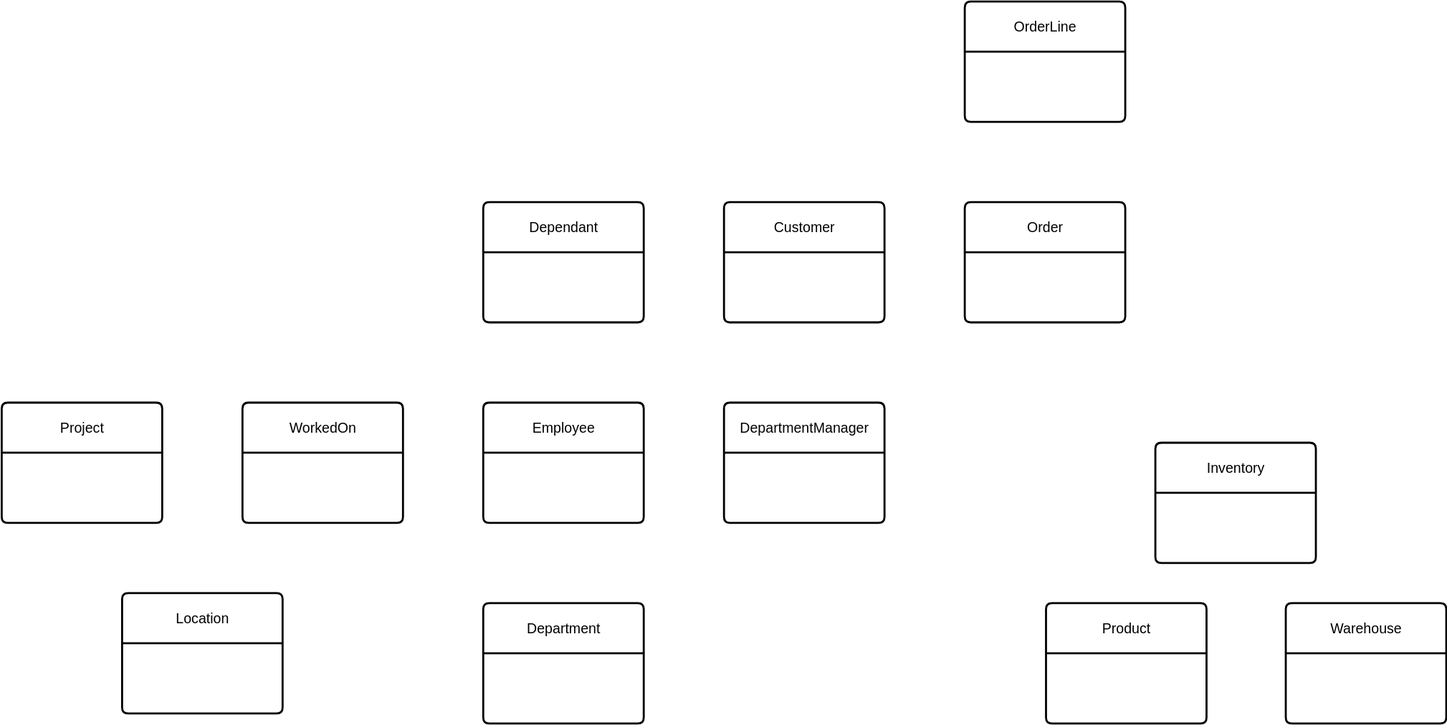
Earlier version of the draw.io export Company_ERD.drawio.svg (tamasfried/Company_ERD). Source tidied: cells renumbered, new cells last; positions are measured from the earlier drawing's top-left corner, leaving out a move shared by most shapes.
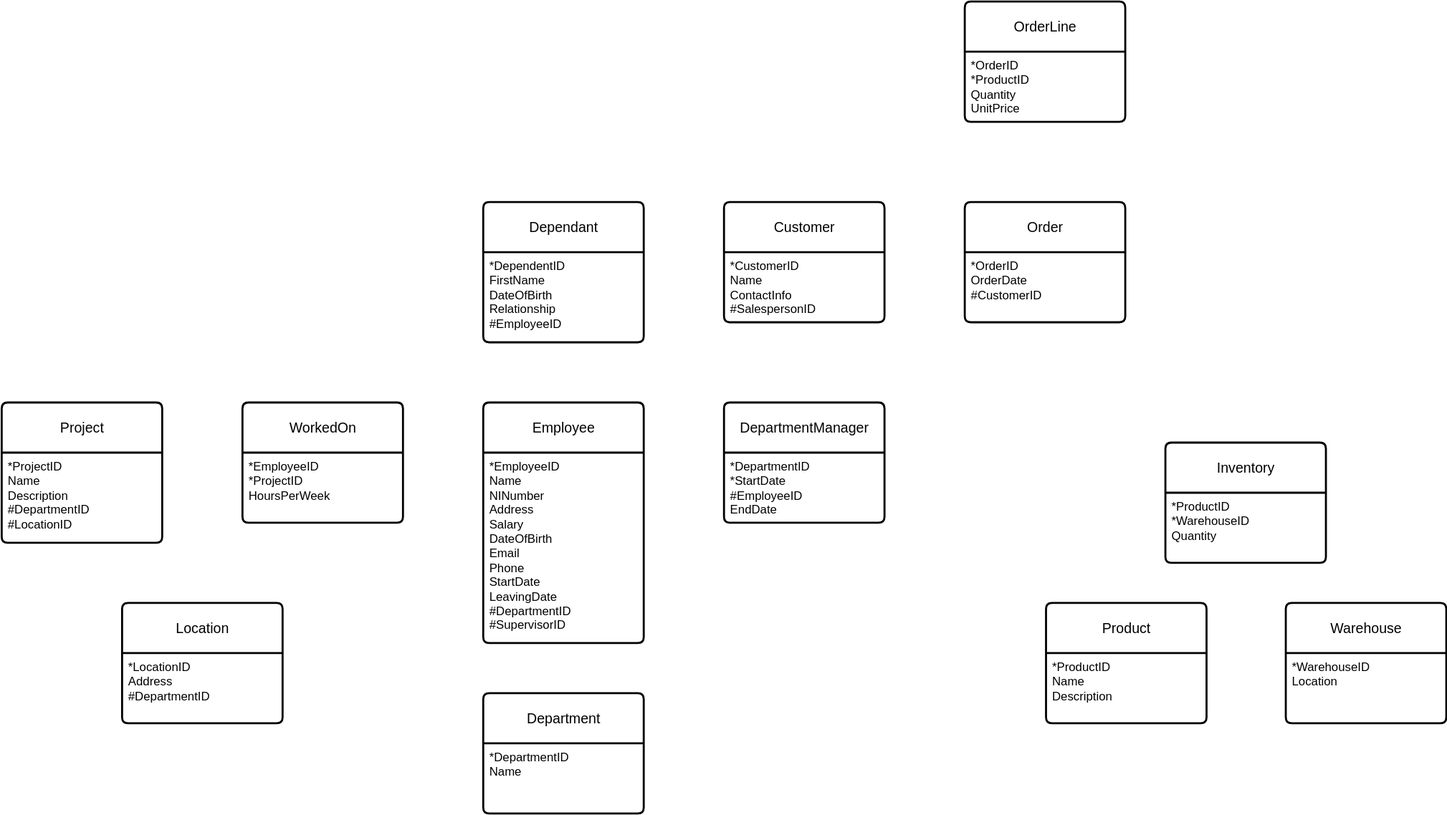
Later version of the same file.

The edit, as a diff of the source:
```diff
@@ -2,44 +2,83 @@
   <root>
     <mxCell id="0" />
     <mxCell id="1" parent="0" />
-    <mxCell id="2" value="Department" style="swimlane;horizontal=1;startSize=50;rounded=1;fontSize=14;fontStyle=0;strokeWidth=2;shadow=0;dashed=0;align=center;arcSize=4;whiteSpace=wrap;html=1;swimlaneFillColor=default;" parent="1" vertex="1">
-      <mxGeometry x="480" y="600" width="160" height="120" as="geometry" />
+    <mxCell id="2" value="Department" style="swimlane;horizontal=1;startSize=50;rounded=1;fontSize=14;fontStyle=0;strokeWidth=2;shadow=0;dashed=0;align=center;arcSize=4;whiteSpace=wrap;html=1;labelBackgroundColor=none;swimlaneFillColor=default;" parent="1" vertex="1">
+      <mxGeometry x="480" y="690" width="160" height="120" as="geometry" />
     </mxCell>
+    <mxCell id="15" value="*DepartmentID&lt;div&gt;Name&lt;/div&gt;" style="align=left;strokeColor=none;fillColor=none;spacingLeft=4;spacingRight=4;fontSize=12;verticalAlign=top;html=1;whiteSpace=wrap;" parent="2" vertex="1">
+      <mxGeometry y="50" width="160" height="70" as="geometry" />
+    </mxCell>
-    <mxCell id="3" value="Employee" style="swimlane;horizontal=1;startSize=50;rounded=1;fontSize=14;fontStyle=0;strokeWidth=2;shadow=0;dashed=0;align=center;arcSize=4;whiteSpace=wrap;html=1;swimlaneFillColor=default;" parent="1" vertex="1">
-      <mxGeometry x="480" y="400" width="160" height="120" as="geometry" />
+    <mxCell id="3" value="Employee" style="swimlane;horizontal=1;startSize=50;rounded=1;fontSize=14;fontStyle=0;strokeWidth=2;shadow=0;dashed=0;align=center;arcSize=4;whiteSpace=wrap;html=1;labelBackgroundColor=none;swimlaneFillColor=default;" parent="1" vertex="1">
+      <mxGeometry x="480" y="400" width="160" height="240" as="geometry" />
     </mxCell>
+    <mxCell id="16" value="*EmployeeID&lt;div&gt;Name&lt;/div&gt;&lt;div&gt;NINumber&lt;/div&gt;&lt;div&gt;Address&lt;br&gt;Salary&lt;/div&gt;&lt;div&gt;DateOfBirth&lt;/div&gt;&lt;div&gt;Email&lt;/div&gt;&lt;div&gt;Phone&lt;/div&gt;&lt;div&gt;StartDate&lt;/div&gt;&lt;div&gt;LeavingDate&lt;/div&gt;&lt;div&gt;#DepartmentID&lt;/div&gt;&lt;div&gt;#SupervisorID&lt;/div&gt;" style="align=left;strokeColor=none;fillColor=none;spacingLeft=4;spacingRight=4;fontSize=12;verticalAlign=top;html=1;whiteSpace=wrap;" parent="3" vertex="1">
+      <mxGeometry y="50" width="160" height="190" as="geometry" />
+    </mxCell>
-    <mxCell id="4" value="DepartmentManager" style="swimlane;horizontal=1;startSize=50;rounded=1;fontSize=14;fontStyle=0;strokeWidth=2;shadow=0;dashed=0;align=center;arcSize=4;whiteSpace=wrap;html=1;swimlaneFillColor=default;" parent="1" vertex="1">
+    <mxCell id="4" value="DepartmentManager" style="swimlane;horizontal=1;startSize=50;rounded=1;fontSize=14;fontStyle=0;strokeWidth=2;shadow=0;dashed=0;align=center;arcSize=4;whiteSpace=wrap;html=1;labelBackgroundColor=none;swimlaneFillColor=default;" parent="1" vertex="1">
       <mxGeometry x="720" y="400" width="160" height="120" as="geometry" />
     </mxCell>
+    <mxCell id="17" value="*DepartmentID&lt;div&gt;*StartDate&lt;/div&gt;&lt;div&gt;#EmployeeID&lt;/div&gt;&lt;div&gt;EndDate&lt;/div&gt;" style="align=left;strokeColor=none;fillColor=none;spacingLeft=4;spacingRight=4;fontSize=12;verticalAlign=top;html=1;whiteSpace=wrap;" parent="4" vertex="1">
+      <mxGeometry y="50" width="160" height="70" as="geometry" />
+    </mxCell>
-    <mxCell id="5" value="Location" style="swimlane;horizontal=1;startSize=50;rounded=1;fontSize=14;fontStyle=0;strokeWidth=2;shadow=0;dashed=0;align=center;arcSize=4;whiteSpace=wrap;html=1;swimlaneFillColor=default;" parent="1" vertex="1">
-      <mxGeometry x="120" y="590" width="160" height="120" as="geometry" />
+    <mxCell id="5" value="Location" style="swimlane;horizontal=1;startSize=50;rounded=1;fontSize=14;fontStyle=0;strokeWidth=2;shadow=0;dashed=0;align=center;arcSize=4;whiteSpace=wrap;html=1;labelBackgroundColor=none;swimlaneFillColor=default;" parent="1" vertex="1">
+      <mxGeometry x="120" y="600" width="160" height="120" as="geometry" />
     </mxCell>
+    <mxCell id="18" value="*LocationID&lt;div&gt;Address&lt;/div&gt;&lt;div&gt;#DepartmentID&lt;/div&gt;" style="align=left;strokeColor=none;fillColor=none;spacingLeft=4;spacingRight=4;fontSize=12;verticalAlign=top;html=1;whiteSpace=wrap;" parent="5" vertex="1">
+      <mxGeometry y="50" width="160" height="70" as="geometry" />
+    </mxCell>
-    <mxCell id="6" value="Project" style="swimlane;horizontal=1;startSize=50;rounded=1;fontSize=14;fontStyle=0;strokeWidth=2;shadow=0;dashed=0;align=center;arcSize=4;whiteSpace=wrap;html=1;swimlaneFillColor=default;" parent="1" vertex="1">
-      <mxGeometry y="400" width="160" height="120" as="geometry" />
+    <mxCell id="6" value="Project" style="swimlane;horizontal=1;startSize=50;rounded=1;fontSize=14;fontStyle=0;strokeWidth=2;shadow=0;dashed=0;align=center;arcSize=4;whiteSpace=wrap;html=1;labelBackgroundColor=none;swimlaneFillColor=default;" parent="1" vertex="1">
+      <mxGeometry y="400" width="160" height="140" as="geometry" />
     </mxCell>
+    <mxCell id="19" value="*ProjectID&lt;div&gt;Name&lt;/div&gt;&lt;div&gt;Description&lt;/div&gt;&lt;div&gt;#DepartmentID&lt;/div&gt;&lt;div&gt;#LocationID&lt;/div&gt;" style="align=left;strokeColor=none;fillColor=none;spacingLeft=4;spacingRight=4;fontSize=12;verticalAlign=top;html=1;whiteSpace=wrap;" parent="6" vertex="1">
+      <mxGeometry y="50" width="160" height="90" as="geometry" />
+    </mxCell>
-    <mxCell id="7" value="WorkedOn" style="swimlane;horizontal=1;startSize=50;rounded=1;fontSize=14;fontStyle=0;strokeWidth=2;shadow=0;dashed=0;align=center;arcSize=4;whiteSpace=wrap;html=1;swimlaneFillColor=default;" parent="1" vertex="1">
+    <mxCell id="7" value="WorkedOn" style="swimlane;horizontal=1;startSize=50;rounded=1;fontSize=14;fontStyle=0;strokeWidth=2;shadow=0;dashed=0;align=center;arcSize=4;whiteSpace=wrap;html=1;labelBackgroundColor=none;swimlaneFillColor=default;" parent="1" vertex="1">
       <mxGeometry x="240" y="400" width="160" height="120" as="geometry" />
     </mxCell>
+    <mxCell id="20" value="*EmployeeID&lt;div&gt;*ProjectID&lt;/div&gt;&lt;div&gt;HoursPerWeek&lt;/div&gt;" style="align=left;strokeColor=none;fillColor=none;spacingLeft=4;spacingRight=4;fontSize=12;verticalAlign=top;html=1;whiteSpace=wrap;" parent="7" vertex="1">
+      <mxGeometry y="50" width="160" height="70" as="geometry" />
+    </mxCell>
-    <mxCell id="8" value="Dependant" style="swimlane;horizontal=1;startSize=50;rounded=1;fontSize=14;fontStyle=0;strokeWidth=2;shadow=0;dashed=0;align=center;arcSize=4;whiteSpace=wrap;html=1;swimlaneFillColor=default;" parent="1" vertex="1">
-      <mxGeometry x="480" y="200" width="160" height="120" as="geometry" />
+    <mxCell id="8" value="Dependant" style="swimlane;horizontal=1;startSize=50;rounded=1;fontSize=14;fontStyle=0;strokeWidth=2;shadow=0;dashed=0;align=center;arcSize=4;whiteSpace=wrap;html=1;labelBackgroundColor=none;swimlaneFillColor=default;" parent="1" vertex="1">
+      <mxGeometry x="480" y="200" width="160" height="140" as="geometry" />
     </mxCell>
+    <mxCell id="21" value="&lt;div&gt;*DependentID&lt;/div&gt;&lt;div&gt;FirstName&lt;/div&gt;&lt;div&gt;DateOfBirth&lt;/div&gt;&lt;div&gt;Relationship&lt;/div&gt;&lt;div&gt;#EmployeeID&lt;/div&gt;" style="align=left;strokeColor=none;fillColor=none;spacingLeft=4;spacingRight=4;fontSize=12;verticalAlign=top;html=1;whiteSpace=wrap;" parent="8" vertex="1">
+      <mxGeometry y="50" width="160" height="90" as="geometry" />
+    </mxCell>
-    <mxCell id="9" value="Customer" style="swimlane;horizontal=1;startSize=50;rounded=1;fontSize=14;fontStyle=0;strokeWidth=2;shadow=0;dashed=0;align=center;arcSize=4;whiteSpace=wrap;html=1;swimlaneFillColor=default;" parent="1" vertex="1">
+    <mxCell id="9" value="Customer" style="swimlane;horizontal=1;startSize=50;rounded=1;fontSize=14;fontStyle=0;strokeWidth=2;shadow=0;dashed=0;align=center;arcSize=4;whiteSpace=wrap;html=1;labelBackgroundColor=none;swimlaneFillColor=default;" parent="1" vertex="1">
       <mxGeometry x="720" y="200" width="160" height="120" as="geometry" />
     </mxCell>
+    <mxCell id="22" value="&lt;div&gt;*CustomerID&lt;/div&gt;&lt;div&gt;Name&lt;/div&gt;&lt;div&gt;ContactInfo&lt;/div&gt;&lt;div&gt;#SalespersonID&lt;/div&gt;" style="align=left;strokeColor=none;fillColor=none;spacingLeft=4;spacingRight=4;fontSize=12;verticalAlign=top;html=1;whiteSpace=wrap;" parent="9" vertex="1">
+      <mxGeometry y="50" width="160" height="70" as="geometry" />
+    </mxCell>
-    <mxCell id="10" value="Order" style="swimlane;horizontal=1;startSize=50;rounded=1;fontSize=14;fontStyle=0;strokeWidth=2;shadow=0;dashed=0;align=center;arcSize=4;whiteSpace=wrap;html=1;swimlaneFillColor=default;" parent="1" vertex="1">
+    <mxCell id="10" value="Order" style="swimlane;horizontal=1;startSize=50;rounded=1;fontSize=14;fontStyle=0;strokeWidth=2;shadow=0;dashed=0;align=center;arcSize=4;whiteSpace=wrap;html=1;labelBackgroundColor=none;swimlaneFillColor=default;" parent="1" vertex="1">
       <mxGeometry x="960" y="200" width="160" height="120" as="geometry" />
     </mxCell>
+    <mxCell id="23" value="&lt;div&gt;*OrderID&lt;/div&gt;&lt;div&gt;OrderDate&lt;/div&gt;&lt;div&gt;#CustomerID&lt;/div&gt;" style="align=left;strokeColor=none;fillColor=none;spacingLeft=4;spacingRight=4;fontSize=12;verticalAlign=top;html=1;whiteSpace=wrap;" parent="10" vertex="1">
+      <mxGeometry y="50" width="160" height="70" as="geometry" />
+    </mxCell>
-    <mxCell id="11" value="OrderLine" style="swimlane;horizontal=1;startSize=50;rounded=1;fontSize=14;fontStyle=0;strokeWidth=2;shadow=0;dashed=0;align=center;arcSize=4;whiteSpace=wrap;html=1;swimlaneFillColor=default;" parent="1" vertex="1">
+    <mxCell id="11" value="OrderLine" style="swimlane;horizontal=1;startSize=50;rounded=1;fontSize=14;fontStyle=0;strokeWidth=2;shadow=0;dashed=0;align=center;arcSize=4;whiteSpace=wrap;html=1;labelBackgroundColor=none;swimlaneFillColor=default;" parent="1" vertex="1">
       <mxGeometry x="960" width="160" height="120" as="geometry" />
     </mxCell>
+    <mxCell id="24" value="&lt;div&gt;*OrderID&lt;/div&gt;&lt;div&gt;*ProductID&lt;/div&gt;&lt;div&gt;Quantity&lt;/div&gt;&lt;div&gt;UnitPrice&lt;/div&gt;" style="align=left;strokeColor=none;fillColor=none;spacingLeft=4;spacingRight=4;fontSize=12;verticalAlign=top;html=1;whiteSpace=wrap;" parent="11" vertex="1">
+      <mxGeometry y="50" width="160" height="70" as="geometry" />
+    </mxCell>
-    <mxCell id="12" value="Product" style="swimlane;horizontal=1;startSize=50;rounded=1;fontSize=14;fontStyle=0;strokeWidth=2;shadow=0;dashed=0;align=center;arcSize=4;whiteSpace=wrap;html=1;glass=0;swimlaneFillColor=default;" parent="1" vertex="1">
+    <mxCell id="12" value="Product" style="swimlane;horizontal=1;startSize=50;rounded=1;fontSize=14;fontStyle=0;strokeWidth=2;shadow=0;dashed=0;align=center;arcSize=4;whiteSpace=wrap;html=1;labelBackgroundColor=none;swimlaneFillColor=default;" parent="1" vertex="1">
       <mxGeometry x="1041" y="600" width="160" height="120" as="geometry" />
     </mxCell>
+    <mxCell id="25" value="&lt;div&gt;*ProductID&lt;/div&gt;&lt;div&gt;Name&lt;/div&gt;&lt;div&gt;Description&lt;/div&gt;" style="align=left;strokeColor=none;fillColor=none;spacingLeft=4;spacingRight=4;fontSize=12;verticalAlign=top;html=1;whiteSpace=wrap;" parent="12" vertex="1">
+      <mxGeometry y="50" width="160" height="70" as="geometry" />
+    </mxCell>
-    <mxCell id="13" value="Warehouse" style="swimlane;horizontal=1;startSize=50;rounded=1;fontSize=14;fontStyle=0;strokeWidth=2;shadow=0;dashed=0;align=center;arcSize=4;whiteSpace=wrap;html=1;swimlaneFillColor=default;" parent="1" vertex="1">
+    <mxCell id="13" value="Warehouse" style="swimlane;horizontal=1;startSize=50;rounded=1;fontSize=14;fontStyle=0;strokeWidth=2;shadow=0;dashed=0;align=center;arcSize=4;whiteSpace=wrap;html=1;labelBackgroundColor=none;swimlaneFillColor=default;" parent="1" vertex="1">
       <mxGeometry x="1280" y="600" width="160" height="120" as="geometry" />
     </mxCell>
+    <mxCell id="26" value="&lt;div&gt;*WarehouseID&lt;/div&gt;&lt;div&gt;Location&lt;/div&gt;" style="align=left;strokeColor=none;fillColor=none;spacingLeft=4;spacingRight=4;fontSize=12;verticalAlign=top;html=1;whiteSpace=wrap;" parent="13" vertex="1">
+      <mxGeometry y="50" width="160" height="70" as="geometry" />
+    </mxCell>
-    <mxCell id="14" value="Inventory" style="swimlane;horizontal=1;startSize=50;rounded=1;fontSize=14;fontStyle=0;strokeWidth=2;shadow=0;dashed=0;align=center;arcSize=4;whiteSpace=wrap;html=1;swimlaneFillColor=default;" parent="1" vertex="1">
-      <mxGeometry x="1150" y="440" width="160" height="120" as="geometry" />
+    <mxCell id="14" value="Inventory" style="swimlane;horizontal=1;startSize=50;rounded=1;fontSize=14;fontStyle=0;strokeWidth=2;shadow=0;dashed=0;align=center;arcSize=4;whiteSpace=wrap;html=1;labelBackgroundColor=none;swimlaneFillColor=default;" parent="1" vertex="1">
+      <mxGeometry x="1160" y="440" width="160" height="120" as="geometry" />
     </mxCell>
+    <mxCell id="27" value="&lt;div&gt;*ProductID&lt;/div&gt;&lt;div&gt;*WarehouseID&lt;/div&gt;&lt;div&gt;Quantity&lt;/div&gt;" style="align=left;strokeColor=none;fillColor=none;spacingLeft=4;spacingRight=4;fontSize=12;verticalAlign=top;html=1;whiteSpace=wrap;" parent="14" vertex="1">
+      <mxGeometry y="50" width="160" height="70" as="geometry" />
+    </mxCell>
   </root>
 </mxGraphModel>
```
